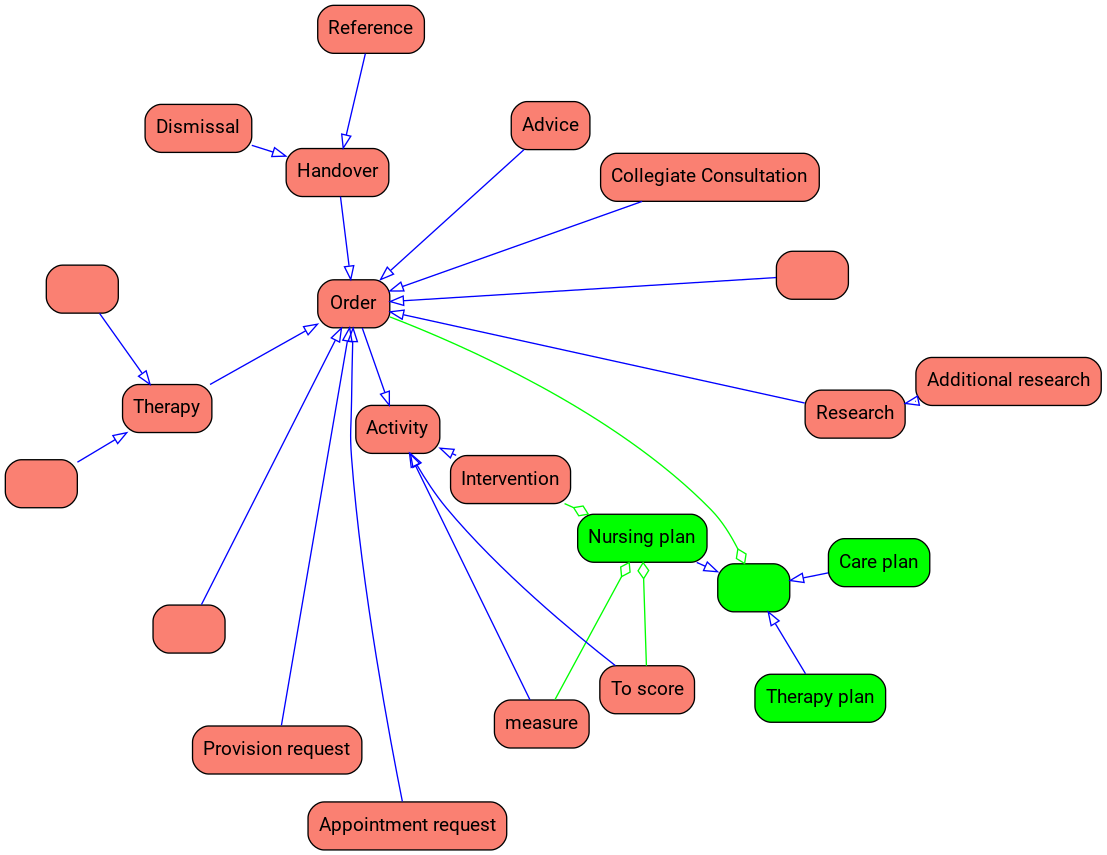
Before: xslt/ziraim2gv/Informatiemodel ZORG Activiteiten-en.png, a diagram exported from Graphviz (mvdzel/zira). Its source is kept beside it as xslt/ziraim2gv/Informatiemodel ZORG Activiteiten-en.gv. Its diagram source:
```dot
digraph{
layout=twopi;
graph [splines=true];
node [style="rounded,filled" fontname="Roboto"];
edge [fontname="Roboto" nodesep="1"];
overlap=false;
"1671" [shape=rect fontcolor=black fillcolor=salmon label="Research" tooltip="Verzoek tot het uitvoeren van onderzoek. "];
				"1714" [shape=rect fontcolor=black fillcolor=salmon label="" tooltip="Beschrijving van de beoogde dan wel uitgevoerde operatieve ingreep. "];
				"1718" [shape=rect fontcolor=black fillcolor=salmon label="" tooltip=" "];
				"1811" [shape=rect fontcolor=black fillcolor=salmon label="Order" tooltip="Een order is synoniem voor een aanvraag van iets (een activiteit). "];
				"1841" [shape=rect fontcolor=black fillcolor=salmon label="Collegiate Consultation" tooltip="Verzoek tot opinie of advies van een collega/zorgverlener inzake diagnose of behandeling. "];
				"1842" [shape=rect fontcolor=black fillcolor=salmon label="Additional research" tooltip="Verzoek tot planning en uitvoering van een verplaatsing (opname/ontslag/overplaatsing) van een patiënt. "];
				"1915" [shape=rect fontcolor=black fillcolor=salmon label="Reference" tooltip="Verzoek tot het (tijdelijk) overnemen of terugnemen van de zorg voor een patiënt. "];
				"2095" [shape=rect fontcolor=black fillcolor=salmon label="Advice" tooltip="Het advies van de zorgverlener aan de patiënt als resultaat van het consult en het diagnostisch traject (anders dan behandeling). "];
				"1923" [shape=rect fontcolor=black fillcolor=salmon label="Handover" tooltip="Overdracht / Transfer (Order) "];
				"1948" [shape=rect fontcolor=black fillcolor=salmon label="Dismissal" tooltip="Verzoek tot beëindigen van de zorgverlening.&#10;&#10;Dit resulteert in een informatieobject Uitwisselingsinformatie of Overdrachtsinformatie "];
				"2161" [shape=rect fontcolor=black fillcolor=salmon label="Therapy" tooltip="Behandeling van de patiënt, anders dan medicamenteus, operatief, paramedisch, verpleegkundig of verzorgend. "];
				"2164" [shape=rect fontcolor=black fillcolor=salmon label="" tooltip=" "];
				"2171" [shape=rect fontcolor=black fillcolor=salmon label="Activity" tooltip="Er zijn 2 soorten activiteiten, namelijk georderde en niet pers? geordered. "];
				"2175" [shape=rect fontcolor=black fillcolor=salmon label="" tooltip="Verzoek tot behandeling, uitgevoerd door een specifieke paramedische discipline, bv. fysiotherapie, logopedie. "];
				"2167" [shape=rect fontcolor=black fillcolor=salmon label="Intervention" tooltip="Interventie is een conditionele Activiteit.&#10;&#10;E.g. in het verpleegplan staat bijvoorbeeld:&#10;Als patient hoofdpijn heeft, geef hem dan paracetamol.&#10;Als de patient dan hoofdpijn heeft en je geeft paracetamol, dan is dat een Interventie. "];
				"2169" [shape=rect fontcolor=black fillcolor=salmon label="measure" tooltip=" "];
				"2170" [shape=rect fontcolor=black fillcolor=salmon label="To score" tooltip=" "];
				"1969" [shape=rect fontcolor=black fillcolor=green label="Nursing plan" tooltip="Vastlegging van het plan t.a.v. de te leveren verpleegkundige zorg aan de patiënt met als doel het verlichten of wegnemen van  gezondheidsklachten of gebreken. "];
				"1968" [shape=rect fontcolor=black fillcolor=green label="" tooltip="Vastlegging van het plan t.a.v. de te leveren zorg aan de patiënt met als doel het verlichten of wegnemen van gezondheidsklachten of gebreken.&#10;&#10; "];
				"2149" [shape=rect fontcolor=black fillcolor=salmon label="Provision request" tooltip=" "];
				"2179" [shape=rect fontcolor=black fillcolor=green label="Therapy plan" tooltip="Vastlegging van het plan t.a.v. de te leveren paramedische zorg aan de patiënt, met als doel het verlichten of wegnemen van  gezondheidsklachten of gebreken.. "];
				"2174" [shape=rect fontcolor=black fillcolor=green label="Care plan" tooltip="Verzorgplan bevat het Dieet "];
				"2189" [shape=rect fontcolor=black fillcolor=salmon label="Appointment request" tooltip="Verzoek tot planning van een contact tussen een patiënt en een zorgverlener. "];
				"1714"->"2161" [arrowhead=empty color=blue];
				"1671"->"1811" [arrowhead=empty color=blue];
				"1718"->"1811" [arrowhead=empty color=blue];
				"1841"->"1811" [arrowhead=empty color=blue];
				"1842"->"1671" [arrowhead=empty color=blue];
				"2095"->"1811" [arrowhead=empty color=blue];
				"1915"->"1923" [arrowhead=empty color=blue];
				"1923"->"1811" [arrowhead=empty color=blue];
				"1948"->"1923" [arrowhead=empty color=blue];
				"2161"->"1811" [arrowhead=empty color=blue];
				"2164"->"1811" [arrowhead=empty color=blue];
				"1811"->"2171" [arrowhead=empty color=blue];
				"2175"->"2161" [arrowhead=empty color=blue];
				"2167"->"2171" [arrowhead=empty color=blue];
				"2169"->"2171" [arrowhead=empty color=blue];
				"2170"->"2171" [arrowhead=empty color=blue];
				"2170"->"1969" [arrowhead=odiamond color=green];
				"2169"->"1969" [arrowhead=odiamond color=green];
				"2167"->"1969" [arrowhead=odiamond color=green];
				"2179"->"1968" [arrowhead=empty color=blue];
				"2174"->"1968" [arrowhead=empty color=blue];
				"2189"->"1811" [arrowhead=empty color=blue];
				"1969"->"1968" [arrowhead=empty color=blue];
				"2149"->"1811" [arrowhead=empty color=blue];
				"1811"->"1968" [arrowhead=odiamond color=green];

}

```
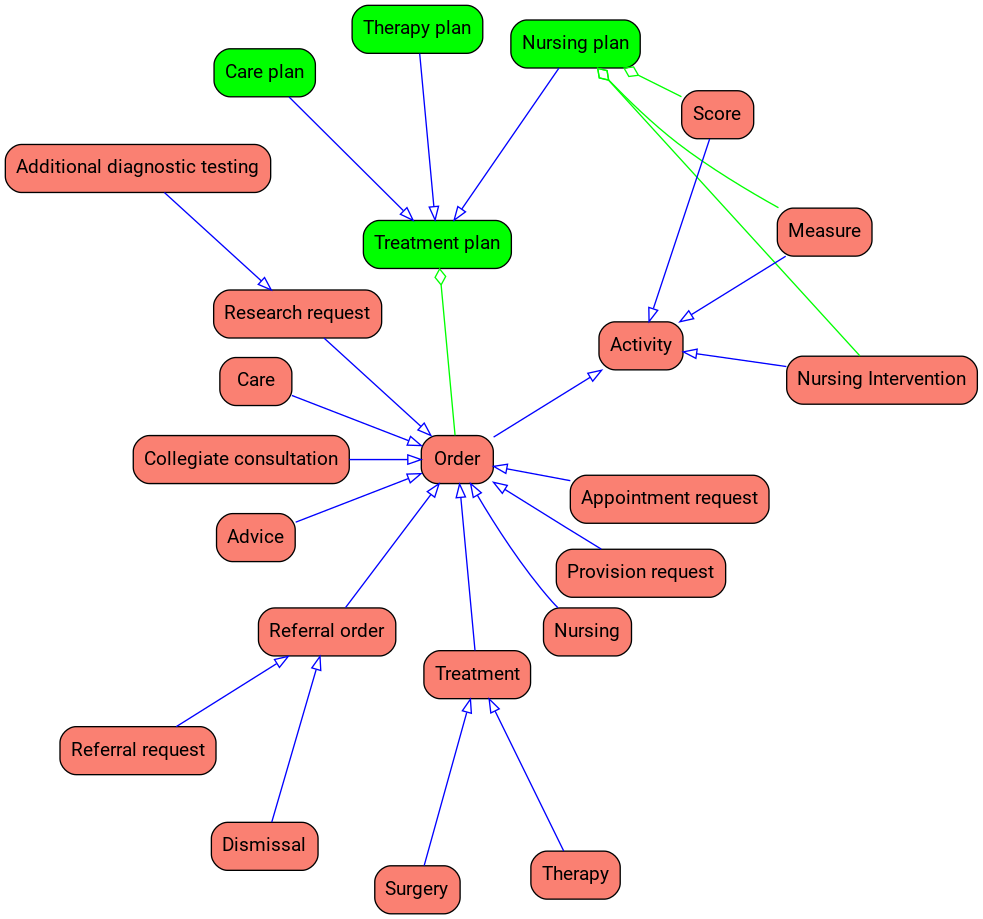
After the change.

Diff of the diagram source:
```diff
@@ -4,29 +4,29 @@
 node [style="rounded,filled" fontname="Roboto"];
 edge [fontname="Roboto" nodesep="1"];
 overlap=false;
-"1671" [shape=rect fontcolor=black fillcolor=salmon label="Research" tooltip="Verzoek tot het uitvoeren van onderzoek. "];
-				"1714" [shape=rect fontcolor=black fillcolor=salmon label="" tooltip="Beschrijving van de beoogde dan wel uitgevoerde operatieve ingreep. "];
-				"1718" [shape=rect fontcolor=black fillcolor=salmon label="" tooltip=" "];
-				"1811" [shape=rect fontcolor=black fillcolor=salmon label="Order" tooltip="Een order is synoniem voor een aanvraag van iets (een activiteit). "];
-				"1841" [shape=rect fontcolor=black fillcolor=salmon label="Collegiate Consultation" tooltip="Verzoek tot opinie of advies van een collega/zorgverlener inzake diagnose of behandeling. "];
-				"1842" [shape=rect fontcolor=black fillcolor=salmon label="Additional research" tooltip="Verzoek tot planning en uitvoering van een verplaatsing (opname/ontslag/overplaatsing) van een patiënt. "];
-				"1915" [shape=rect fontcolor=black fillcolor=salmon label="Reference" tooltip="Verzoek tot het (tijdelijk) overnemen of terugnemen van de zorg voor een patiënt. "];
-				"2095" [shape=rect fontcolor=black fillcolor=salmon label="Advice" tooltip="Het advies van de zorgverlener aan de patiënt als resultaat van het consult en het diagnostisch traject (anders dan behandeling). "];
-				"1923" [shape=rect fontcolor=black fillcolor=salmon label="Handover" tooltip="Overdracht / Transfer (Order) "];
-				"1948" [shape=rect fontcolor=black fillcolor=salmon label="Dismissal" tooltip="Verzoek tot beëindigen van de zorgverlening.&#10;&#10;Dit resulteert in een informatieobject Uitwisselingsinformatie of Overdrachtsinformatie "];
-				"2161" [shape=rect fontcolor=black fillcolor=salmon label="Therapy" tooltip="Behandeling van de patiënt, anders dan medicamenteus, operatief, paramedisch, verpleegkundig of verzorgend. "];
-				"2164" [shape=rect fontcolor=black fillcolor=salmon label="" tooltip=" "];
-				"2171" [shape=rect fontcolor=black fillcolor=salmon label="Activity" tooltip="Er zijn 2 soorten activiteiten, namelijk georderde en niet pers? geordered. "];
-				"2175" [shape=rect fontcolor=black fillcolor=salmon label="" tooltip="Verzoek tot behandeling, uitgevoerd door een specifieke paramedische discipline, bv. fysiotherapie, logopedie. "];
-				"2167" [shape=rect fontcolor=black fillcolor=salmon label="Intervention" tooltip="Interventie is een conditionele Activiteit.&#10;&#10;E.g. in het verpleegplan staat bijvoorbeeld:&#10;Als patient hoofdpijn heeft, geef hem dan paracetamol.&#10;Als de patient dan hoofdpijn heeft en je geeft paracetamol, dan is dat een Interventie. "];
-				"2169" [shape=rect fontcolor=black fillcolor=salmon label="measure" tooltip=" "];
-				"2170" [shape=rect fontcolor=black fillcolor=salmon label="To score" tooltip=" "];
-				"1969" [shape=rect fontcolor=black fillcolor=green label="Nursing plan" tooltip="Vastlegging van het plan t.a.v. de te leveren verpleegkundige zorg aan de patiënt met als doel het verlichten of wegnemen van  gezondheidsklachten of gebreken. "];
-				"1968" [shape=rect fontcolor=black fillcolor=green label="" tooltip="Vastlegging van het plan t.a.v. de te leveren zorg aan de patiënt met als doel het verlichten of wegnemen van gezondheidsklachten of gebreken.&#10;&#10; "];
-				"2149" [shape=rect fontcolor=black fillcolor=salmon label="Provision request" tooltip=" "];
-				"2179" [shape=rect fontcolor=black fillcolor=green label="Therapy plan" tooltip="Vastlegging van het plan t.a.v. de te leveren paramedische zorg aan de patiënt, met als doel het verlichten of wegnemen van  gezondheidsklachten of gebreken.. "];
-				"2174" [shape=rect fontcolor=black fillcolor=green label="Care plan" tooltip="Verzorgplan bevat het Dieet "];
-				"2189" [shape=rect fontcolor=black fillcolor=salmon label="Appointment request" tooltip="Verzoek tot planning van een contact tussen een patiënt en een zorgverlener. "];
+"1671" [shape=rect fontcolor=black fillcolor=salmon label="Research request" tooltip="<languages xml:space=preserve><nl-NL>Verzoek tot het uitvoeren van onderzoek.</nl-NL><en-US>Request to conduct research</en-US></languages> "];
+				"1714" [shape=rect fontcolor=black fillcolor=salmon label="Surgery" tooltip="<languages xml:space=preserve><nl-NL>Beschrijving van de beoogde dan wel uitgevoerde operatieve ingreep.</nl-NL><en-US>Description of the intended or performed surgical intervention.</en-US></languages> "];
+				"1718" [shape=rect fontcolor=black fillcolor=salmon label="Care" tooltip="<languages xml:space=preserve><nl-NL>Verpleegkundige hulpactiviteiten vastleggen</nl-NL><en-US>Record nursing assistance activities</en-US></languages> "];
+				"1811" [shape=rect fontcolor=black fillcolor=salmon label="Order" tooltip="<languages xml:space=preserve><nl-NL>Een order is synoniem voor een aanvraag van iets (een activiteit).</nl-NL><en-US>An order is synonymous with a request for something (an activity).</en-US></languages> " root=true];
+				"1841" [shape=rect fontcolor=black fillcolor=salmon label="Collegiate consultation" tooltip="<languages xml:space=preserve><nl-NL>Verzoek tot opinie of advies van een collega/zorgverlener inzake diagnose of behandeling.</nl-NL><en-US>Request for opinion or advice from a colleague/health care professional regarding diagnosis or treatment.</en-US></languages> "];
+				"1842" [shape=rect fontcolor=black fillcolor=salmon label="Additional diagnostic testing" tooltip="<languages xml:space=preserve><nl-NL>Verzoek tot planning en uitvoering van een verplaatsing (opname/ontslag/overplaatsing) van een patiënt.</nl-NL><en-US>Request for planning and execution of a transfer (admission/discharge/transfer) of a patient.</en-US></languages> "];
+				"1915" [shape=rect fontcolor=black fillcolor=salmon label="Referral request" tooltip="<languages xml:space=preserve><nl-NL>Verzoek tot het (tijdelijk) overnemen of terugnemen van de zorg voor een patiënt.</nl-NL><en-US>Request to (sometimes temporarily) take over or take back the care of a patient.</en-US></languages> "];
+				"2095" [shape=rect fontcolor=black fillcolor=salmon label="Advice" tooltip="<languages xml:space=preserve><nl-NL>Het advies van de zorgverlener aan de patiënt als resultaat van het consult en het diagnostisch traject (anders dan behandeling).</nl-NL><en-US>The healthcare provider's advice to the patient as a result of the consultation and the diagnostic process (other than treatment).</en-US></languages> "];
+				"1923" [shape=rect fontcolor=black fillcolor=salmon label="Referral order" tooltip="<languages xml:space=preserve><nl-NL>Overdracht / Transfer (Order)</nl-NL><en-US>Order to transfer a patient.</en-US></languages> "];
+				"1948" [shape=rect fontcolor=black fillcolor=salmon label="Dismissal" tooltip="<languages xml:space=preserve><nl-NL>Verzoek tot beëindigen van de zorgverlening.&#10;&#10;Dit resulteert in een informatieobject Uitwisselingsinformatie of Overdrachtsinformatie</nl-NL><en-US>Request to terminate the provision of care. This results in an exchange information object or a transfer information object.</en-US></languages> "];
+				"2161" [shape=rect fontcolor=black fillcolor=salmon label="Treatment" tooltip="<languages xml:space=preserve><nl-NL>Behandeling van de patiënt, anders dan medicamenteus, operatief, paramedisch, verpleegkundig of verzorgend.</nl-NL><en-US>Treatment of the patient, other than medical, surgical, paramedical, nursing or caring.</en-US></languages> "];
+				"2164" [shape=rect fontcolor=black fillcolor=salmon label="Nursing" tooltip="<languages xml:space=preserve><nl-NL>Verpleegkundige activiteiten vastleggen</nl-NL><en-US>Record nursing activities</en-US></languages> "];
+				"2171" [shape=rect fontcolor=black fillcolor=salmon label="Activity" tooltip="<languages xml:space=preserve><nl-NL>Er zijn 2 soorten activiteiten, namelijk georderde en niet geordered.</nl-NL><en-US>There are 2 types of activities, which are ordered and unordered. A certain activity, operation, series of actions with which a certain result can be achieved. </en-US></languages> " root=true];
+				"2175" [shape=rect fontcolor=black fillcolor=salmon label="Therapy" tooltip="<languages xml:space=preserve><nl-NL>Verzoek tot behandeling, uitgevoerd door een specifieke paramedische discipline, bv. fysiotherapie, logopedie.</nl-NL><en-US>Request for treatment, carried out by a specific paramedical discipline, eg physiotherapy, speech therapy.</en-US></languages> "];
+				"2167" [shape=rect fontcolor=black fillcolor=salmon label="Nursing Intervention" tooltip="<languages xml:space=preserve><nl-NL>Interventie is een conditionele Activiteit.&#10;E.g. in het verpleegplan staat bijvoorbeeld:&#10;Als patient hoofdpijn heeft, geef hem dan paracetamol.&#10;Als de patient dan hoofdpijn heeft en je geeft paracetamol, dan is dat een Interventie.</nl-NL><en-US>Intervention is a conditional activity that does not require an order. For example, the nursing plan may state: If the patient has a headache, give aspirin.</en-US></languages> "];
+				"2169" [shape=rect fontcolor=black fillcolor=salmon label="Measure" tooltip="<languages xml:space=preserve><nl-NL>De activiteit van het bepalen van een kwantitatieve/objectieve waarde.</nl-NL><en-US>The activity of determining a quantitative/objective value.</en-US></languages> "];
+				"2170" [shape=rect fontcolor=black fillcolor=salmon label="Score" tooltip="<languages xml:space=preserve><nl-NL>De activiteit van het bepalen van een kwalitatieve/subjectieve waarde.</nl-NL><en-US>The activity of determining a qualitative/perceived value.</en-US></languages> "];
+				"1969" [shape=rect fontcolor=black fillcolor=green label="Nursing plan" tooltip="<languages xml:space=preserve><nl-NL>Vastlegging van het plan t.a.v. de te leveren verpleegkundige zorg aan de patiënt met als doel het verlichten of wegnemen van  gezondheidsklachten of gebreken.</nl-NL><en-US>Recording the plan with regard to the nursing care to be provided to the patient with the aim of alleviating or eliminating illness and health complaints.</en-US></languages> "];
+				"1968" [shape=rect fontcolor=black fillcolor=green label="Treatment plan" tooltip="<languages xml:space=preserve><nl-NL>Vastlegging van het plan t.a.v. de te leveren zorg aan de patiënt met als doel het verlichten of wegnemen van gezondheidsklachten of gebreken.&#10;</nl-NL><en-US>Recording the plan with regard to the care to be provided to the patient with the aim of alleviating or removing health complaints or ailments.</en-US></languages> "];
+				"2149" [shape=rect fontcolor=black fillcolor=salmon label="Provision request" tooltip="<languages xml:space=preserve><nl-NL>Medicatievoorschrift van een arts aan een apotheker om de patiënt van een bepaald medicijn te voorzien.</nl-NL><en-US>Medication prescription from a doctor to a pharmacist to provide the patient with a specific medication.</en-US></languages> "];
+				"2179" [shape=rect fontcolor=black fillcolor=green label="Therapy plan" tooltip="<languages xml:space=preserve><nl-NL>Vastlegging van het plan t.a.v. de te leveren paramedische zorg aan de patiënt, met als doel het verlichten of wegnemen van  gezondheidsklachten of gebreken..</nl-NL><en-US>Establishing the plan with regard to the paramedical care to be provided to the patient, with the aim of alleviating or removing health complaints or defects.</en-US></languages> "];
+				"2174" [shape=rect fontcolor=black fillcolor=green label="Care plan" tooltip="<languages xml:space=preserve><nl-NL>Verzorgplan bevat het Dieet</nl-NL><en-US>Care plan includes the diet.</en-US></languages> "];
+				"2189" [shape=rect fontcolor=black fillcolor=salmon label="Appointment request" tooltip="<languages xml:space=preserve><nl-NL>Verzoek tot planning van een contact tussen een patiënt en een zorgverlener.</nl-NL><en-US>Request to schedule a contact between a patient and a healthcare provider.</en-US></languages> "];
 				"1714"->"2161" [arrowhead=empty color=blue];
 				"1671"->"1811" [arrowhead=empty color=blue];
 				"1718"->"1811" [arrowhead=empty color=blue];
@@ -46,12 +46,12 @@
 				"2170"->"1969" [arrowhead=odiamond color=green];
 				"2169"->"1969" [arrowhead=odiamond color=green];
 				"2167"->"1969" [arrowhead=odiamond color=green];
+				"1969"->"1968" [arrowhead=empty color=blue];
+				"2149"->"1811" [arrowhead=empty color=blue];
+				"1811"->"1968" [arrowhead=odiamond color=green];
 				"2179"->"1968" [arrowhead=empty color=blue];
 				"2174"->"1968" [arrowhead=empty color=blue];
 				"2189"->"1811" [arrowhead=empty color=blue];
-				"1969"->"1968" [arrowhead=empty color=blue];
-				"2149"->"1811" [arrowhead=empty color=blue];
-				"1811"->"1968" [arrowhead=odiamond color=green];
 
 }
 
```
